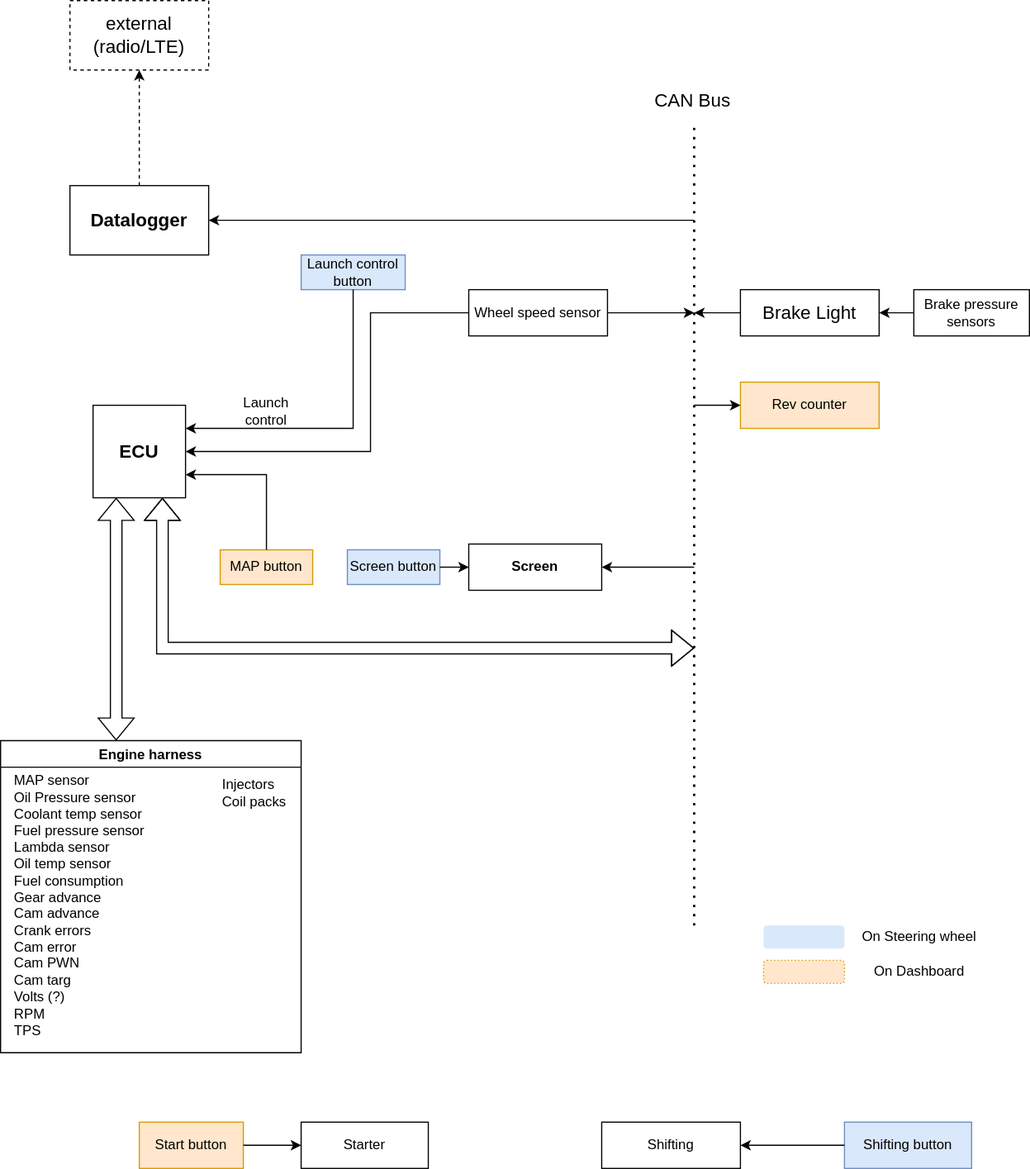
This is IC22 Electronics.drawio.svg from ugracing/documents, a draw.io export, as it was before one commit. Source tidied: cells renumbered, new cells last; positions are measured from the earlier drawing's top-left corner, leaving out a move shared by most shapes.
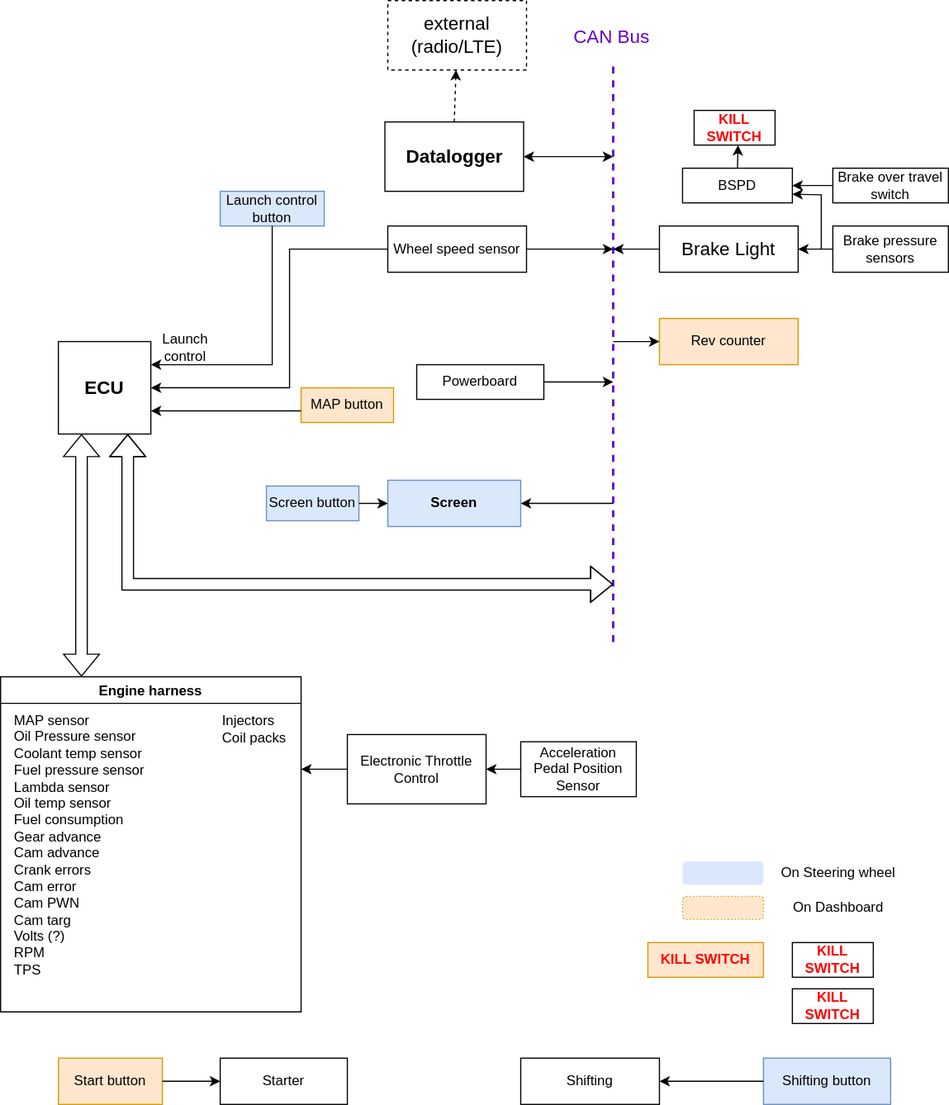
After the change.

What changed in the source:
```diff
@@ -3,24 +3,24 @@
     <mxCell id="0" />
     <mxCell id="1" parent="0" />
     <mxCell id="2" value="ECU" style="whiteSpace=wrap;html=1;fontSize=16;fontStyle=1;" parent="1" vertex="1">
-      <mxGeometry x="80" y="350" width="80" height="80" as="geometry" />
+      <mxGeometry x="120" y="350" width="80" height="80" as="geometry" />
     </mxCell>
     <mxCell id="3" value="&lt;b&gt;Datalogger&lt;/b&gt;" style="rounded=0;whiteSpace=wrap;html=1;fontSize=16;" parent="1" vertex="1">
-      <mxGeometry x="60" y="160" width="120" height="60" as="geometry" />
+      <mxGeometry x="402.5" y="160" width="120" height="60" as="geometry" />
     </mxCell>
     <mxCell id="4" style="endArrow=classic;html=1;rounded=0;fontSize=16;exitX=0.5;exitY=0;exitDx=0;exitDy=0;dashed=1;" parent="1" edge="1" source="3" target="5">
       <mxGeometry relative="1" as="geometry" />
     </mxCell>
     <mxCell id="5" value="external (radio/LTE)" style="rounded=0;whiteSpace=wrap;html=1;fontSize=16;dashed=1;" parent="1" vertex="1">
-      <mxGeometry x="60" width="120" height="60" as="geometry" />
+      <mxGeometry x="405" y="55" width="120" height="60" as="geometry" />
     </mxCell>
-    <mxCell id="6" style="endArrow=none;dashed=1;html=1;dashPattern=1 3;strokeWidth=2;rounded=0;fontSize=16;" parent="1" edge="1">
+    <mxCell id="6" style="endArrow=none;dashed=1;html=1;strokeWidth=2;rounded=0;fontSize=16;strokeColor=#6600CC;" parent="1" edge="1">
       <mxGeometry relative="1" as="geometry">
-        <mxPoint x="600" y="800" as="sourcePoint" />
+        <mxPoint x="600" y="610" as="sourcePoint" />
         <mxPoint x="600" y="110" as="targetPoint" />
       </mxGeometry>
     </mxCell>
-    <mxCell id="7" value="CAN Bus" style="text;strokeColor=none;fillColor=none;align=left;verticalAlign=middle;spacingLeft=4;spacingRight=4;overflow=hidden;dashed=1;fontSize=16;" parent="1" vertex="1">
+    <mxCell id="7" value="CAN Bus" style="text;strokeColor=none;fillColor=none;align=left;verticalAlign=middle;spacingLeft=4;spacingRight=4;overflow=hidden;dashed=1;fontSize=16;fontColor=#6600CC;" parent="1" vertex="1">
       <mxGeometry x="560" y="70" width="80" height="30" as="geometry" />
     </mxCell>
     <mxCell id="8" value="Brake Light" style="rounded=0;whiteSpace=wrap;html=1;fontSize=16;" parent="1" vertex="1">
@@ -35,7 +35,7 @@
       <mxGeometry relative="1" as="geometry">
         <mxPoint x="600" y="560" as="sourcePoint" />
         <Array as="points">
-          <mxPoint x="140" y="560" />
+          <mxPoint x="180" y="560" />
         </Array>
       </mxGeometry>
     </mxCell>
@@ -82,7 +82,7 @@
         </Array>
       </mxGeometry>
     </mxCell>
-    <mxCell id="21" value="&lt;b&gt;Screen&lt;/b&gt;" style="rounded=0;whiteSpace=wrap;html=1;fontSize=12;" parent="1" vertex="1">
+    <mxCell id="21" value="&lt;b&gt;Screen&lt;/b&gt;" style="rounded=0;whiteSpace=wrap;html=1;fontSize=12;fillColor=#dae8fc;strokeColor=#6c8ebf;" parent="1" vertex="1">
       <mxGeometry x="405" y="470" width="115" height="40" as="geometry" />
     </mxCell>
     <mxCell id="22" style="endArrow=classic;html=1;rounded=0;fontSize=12;entryX=1;entryY=0.5;entryDx=0;entryDy=0;" parent="1" edge="1" target="21">
@@ -97,20 +97,17 @@
       <mxGeometry relative="1" as="geometry" />
     </mxCell>
     <mxCell id="25" value="MAP button" style="rounded=0;whiteSpace=wrap;html=1;fontSize=12;fillColor=#ffe6cc;strokeColor=#d79b00;" parent="1" vertex="1">
-      <mxGeometry x="190" y="475" width="80" height="30" as="geometry" />
+      <mxGeometry x="330" y="390" width="80" height="30" as="geometry" />
     </mxCell>
-    <mxCell id="26" style="endArrow=classic;html=1;rounded=0;fontSize=12;exitX=0.5;exitY=0;exitDx=0;exitDy=0;entryX=1;entryY=0.75;entryDx=0;entryDy=0;" parent="1" edge="1" source="25" target="2">
+    <mxCell id="26" style="endArrow=classic;html=1;rounded=0;fontSize=12;entryX=1;entryY=0.75;entryDx=0;entryDy=0;" parent="1" edge="1" target="2">
       <mxGeometry relative="1" as="geometry">
+        <mxPoint x="330" y="410" as="sourcePoint" />
         <Array as="points">
+          <mxPoint x="290" y="410" />
           <mxPoint x="230" y="410" />
         </Array>
       </mxGeometry>
     </mxCell>
-    <mxCell id="27" style="endArrow=classic;html=1;rounded=0;fontSize=12;entryX=1;entryY=0.5;entryDx=0;entryDy=0;" parent="1" edge="1" target="3">
-      <mxGeometry relative="1" as="geometry">
-        <mxPoint x="600" y="190" as="sourcePoint" />
-      </mxGeometry>
-    </mxCell>
     <mxCell id="28" value="Shifting button" style="rounded=0;whiteSpace=wrap;html=1;fontSize=12;fillColor=#dae8fc;strokeColor=#6c8ebf;" parent="1" vertex="1">
       <mxGeometry x="730" y="970" width="110" height="40" as="geometry" />
     </mxCell>
@@ -131,14 +128,14 @@
     </mxCell>
     <mxCell id="34" style="shape=flexArrow;endArrow=classic;startArrow=classic;html=1;rounded=0;fontSize=12;entryX=0.25;entryY=1;entryDx=0;entryDy=0;" parent="1" edge="1" target="2">
       <mxGeometry relative="1" as="geometry">
-        <mxPoint x="100" y="640" as="sourcePoint" />
+        <mxPoint x="140" y="640" as="sourcePoint" />
       </mxGeometry>
     </mxCell>
     <mxCell id="35" value="Engine harness" style="swimlane;fontSize=12;" parent="1" vertex="1">
-      <mxGeometry y="640" width="260" height="270" as="geometry" />
+      <mxGeometry x="70" y="640" width="260" height="290" as="geometry" />
     </mxCell>
-    <mxCell id="36" value="&lt;div align=&quot;left&quot;&gt;MAP sensor&lt;/div&gt;&lt;div align=&quot;left&quot;&gt;Oil Pressure sensor&lt;/div&gt;&lt;div align=&quot;left&quot;&gt;Coolant temp sensor&lt;/div&gt;&lt;div align=&quot;left&quot;&gt;Fuel pressure sensor&lt;/div&gt;&lt;div align=&quot;left&quot;&gt;Lambda sensor&lt;/div&gt;&lt;div align=&quot;left&quot;&gt;Oil temp sensor&lt;/div&gt;&lt;div align=&quot;left&quot;&gt;Fuel consumption&lt;/div&gt;&lt;div align=&quot;left&quot;&gt;Gear advance&lt;/div&gt;&lt;div align=&quot;left&quot;&gt;Cam advance&lt;/div&gt;&lt;div align=&quot;left&quot;&gt;Crank errors&lt;/div&gt;&lt;div align=&quot;left&quot;&gt;Cam error&lt;/div&gt;&lt;div align=&quot;left&quot;&gt;Cam PWN&lt;/div&gt;&lt;div align=&quot;left&quot;&gt;Cam targ&lt;/div&gt;&lt;div align=&quot;left&quot;&gt;Volts (?)&lt;/div&gt;&lt;div align=&quot;left&quot;&gt;RPM&lt;/div&gt;&lt;div align=&quot;left&quot;&gt;TPS&lt;br&gt;&lt;/div&gt;&lt;div align=&quot;left&quot;&gt;&lt;br&gt;&lt;/div&gt;" style="text;html=1;align=left;verticalAlign=middle;strokeColor=none;fillColor=none;fontSize=12;" parent="35" vertex="1">
-      <mxGeometry x="10" y="30" width="130" height="240" as="geometry" />
+    <mxCell id="36" value="&lt;div align=&quot;left&quot;&gt;MAP sensor&lt;/div&gt;&lt;div align=&quot;left&quot;&gt;Oil Pressure sensor&lt;/div&gt;&lt;div align=&quot;left&quot;&gt;Coolant temp sensor&lt;/div&gt;&lt;div align=&quot;left&quot;&gt;Fuel pressure sensor&lt;/div&gt;&lt;div align=&quot;left&quot;&gt;Lambda sensor&lt;/div&gt;&lt;div align=&quot;left&quot;&gt;Oil temp sensor&lt;/div&gt;&lt;div align=&quot;left&quot;&gt;Fuel consumption&lt;/div&gt;&lt;div align=&quot;left&quot;&gt;Gear advance&lt;/div&gt;&lt;div align=&quot;left&quot;&gt;Cam advance&lt;/div&gt;&lt;div align=&quot;left&quot;&gt;Crank errors&lt;/div&gt;&lt;div align=&quot;left&quot;&gt;Cam error&lt;/div&gt;&lt;div align=&quot;left&quot;&gt;Cam PWN&lt;/div&gt;&lt;div align=&quot;left&quot;&gt;Cam targ&lt;/div&gt;&lt;div align=&quot;left&quot;&gt;Volts (?)&lt;/div&gt;&lt;div align=&quot;left&quot;&gt;RPM&lt;/div&gt;&lt;div align=&quot;left&quot;&gt;TPS&lt;/div&gt;&lt;br&gt;&lt;div align=&quot;left&quot;&gt;&lt;br&gt;&lt;/div&gt;" style="text;html=1;align=left;verticalAlign=middle;strokeColor=none;fillColor=none;fontSize=12;" parent="35" vertex="1">
+      <mxGeometry x="10" y="30" width="130" height="260" as="geometry" />
     </mxCell>
     <mxCell id="37" value="&lt;div&gt;Injectors&lt;/div&gt;&lt;div&gt;Coil packs&lt;br&gt;&lt;/div&gt;" style="text;html=1;strokeColor=none;fillColor=none;align=left;verticalAlign=middle;whiteSpace=wrap;rounded=0;fontSize=12;" parent="35" vertex="1">
       <mxGeometry x="190" y="30" width="60" height="30" as="geometry" />
@@ -155,5 +152,66 @@
     <mxCell id="41" value="&lt;div&gt;On Dashboard&lt;/div&gt;" style="text;html=1;strokeColor=none;fillColor=none;align=center;verticalAlign=middle;whiteSpace=wrap;rounded=0;dashed=1;dashPattern=1 2;fontSize=12;" parent="1" vertex="1">
       <mxGeometry x="740" y="830" width="110" height="20" as="geometry" />
     </mxCell>
+    <mxCell id="42" value="Powerboard" style="rounded=0;whiteSpace=wrap;html=1;fontSize=12;align=center;" parent="1" vertex="1">
+      <mxGeometry x="430" y="370" width="110" height="30" as="geometry" />
+    </mxCell>
+    <mxCell id="43" style="endArrow=classic;html=1;rounded=0;fontSize=12;exitX=1;exitY=0.5;exitDx=0;exitDy=0;" parent="1" edge="1" source="42">
+      <mxGeometry relative="1" as="geometry">
+        <mxPoint x="600" y="385" as="targetPoint" />
+      </mxGeometry>
+    </mxCell>
+    <mxCell id="44" style="endArrow=classic;startArrow=classic;html=1;rounded=0;fontSize=12;exitX=1;exitY=0.5;exitDx=0;exitDy=0;" parent="1" edge="1" source="3">
+      <mxGeometry relative="1" as="geometry">
+        <mxPoint x="600" y="190" as="targetPoint" />
+      </mxGeometry>
+    </mxCell>
+    <mxCell id="45" value="Brake over travel switch" style="rounded=0;whiteSpace=wrap;html=1;fontSize=12;align=center;" parent="1" vertex="1">
+      <mxGeometry x="790" y="200" width="100" height="30" as="geometry" />
+    </mxCell>
+    <mxCell id="46" value="BSPD" style="rounded=0;whiteSpace=wrap;html=1;fontSize=12;align=center;" parent="1" vertex="1">
+      <mxGeometry x="660" y="200" width="95" height="30" as="geometry" />
+    </mxCell>
+    <mxCell id="47" style="endArrow=classic;html=1;rounded=0;fontSize=12;exitX=0;exitY=0.5;exitDx=0;exitDy=0;entryX=1;entryY=0.5;entryDx=0;entryDy=0;" parent="1" edge="1" source="45" target="46">
+      <mxGeometry relative="1" as="geometry" />
+    </mxCell>
+    <mxCell id="48" style="endArrow=classic;html=1;rounded=0;fontSize=12;entryX=1;entryY=0.75;entryDx=0;entryDy=0;" parent="1" edge="1" target="46">
+      <mxGeometry relative="1" as="geometry">
+        <mxPoint x="780" y="270" as="sourcePoint" />
+        <Array as="points">
+          <mxPoint x="780" y="223" />
+        </Array>
+      </mxGeometry>
+    </mxCell>
+    <mxCell id="49" value="KILL SWITCH" style="rounded=0;whiteSpace=wrap;html=1;fontSize=12;align=center;fontColor=#FF0000;fontStyle=1;" parent="1" vertex="1">
+      <mxGeometry x="670" y="150" width="70" height="30" as="geometry" />
+    </mxCell>
+    <mxCell id="50" style="endArrow=classic;html=1;rounded=0;fontSize=12;exitX=0.5;exitY=0;exitDx=0;exitDy=0;" parent="1" edge="1" source="46">
+      <mxGeometry relative="1" as="geometry">
+        <mxPoint x="708" y="180" as="targetPoint" />
+      </mxGeometry>
+    </mxCell>
+    <mxCell id="51" value="KILL SWITCH" style="rounded=0;whiteSpace=wrap;html=1;fontSize=12;align=center;fontStyle=1;fillColor=#ffe6cc;strokeColor=#d79b00;fontColor=#FF0000;" parent="1" vertex="1">
+      <mxGeometry x="630" y="870" width="100" height="30" as="geometry" />
+    </mxCell>
+    <mxCell id="52" value="KILL SWITCH" style="rounded=0;whiteSpace=wrap;html=1;fontSize=12;align=center;fontColor=#FF0000;fontStyle=1;" parent="1" vertex="1">
+      <mxGeometry x="755" y="870" width="70" height="30" as="geometry" />
+    </mxCell>
+    <mxCell id="53" value="KILL SWITCH" style="rounded=0;whiteSpace=wrap;html=1;fontSize=12;align=center;fontColor=#FF0000;fontStyle=1;" parent="1" vertex="1">
+      <mxGeometry x="755" y="910" width="70" height="30" as="geometry" />
+    </mxCell>
+    <mxCell id="54" value="Acceleration Pedal Position Sensor" style="rounded=0;whiteSpace=wrap;html=1;fontSize=12;align=center;" parent="1" vertex="1">
+      <mxGeometry x="520" y="696.2" width="100" height="47.5" as="geometry" />
+    </mxCell>
+    <mxCell id="55" value="Electronic Throttle Control" style="rounded=0;whiteSpace=wrap;html=1;fontSize=12;align=center;" parent="1" vertex="1">
+      <mxGeometry x="370" y="690" width="120" height="60" as="geometry" />
+    </mxCell>
+    <mxCell id="56" style="endArrow=classic;html=1;rounded=0;fontSize=12;fontColor=#6600CC;strokeColor=#000000;exitX=0;exitY=0.5;exitDx=0;exitDy=0;entryX=1;entryY=0.5;entryDx=0;entryDy=0;" parent="1" edge="1" source="54" target="55">
+      <mxGeometry relative="1" as="geometry" />
+    </mxCell>
+    <mxCell id="57" style="endArrow=classic;html=1;rounded=0;fontSize=12;fontColor=#6600CC;strokeColor=#000000;exitX=0;exitY=0.5;exitDx=0;exitDy=0;" parent="1" edge="1" source="55">
+      <mxGeometry relative="1" as="geometry">
+        <mxPoint x="330" y="720" as="targetPoint" />
+      </mxGeometry>
+    </mxCell>
   </root>
 </mxGraphModel>
```
